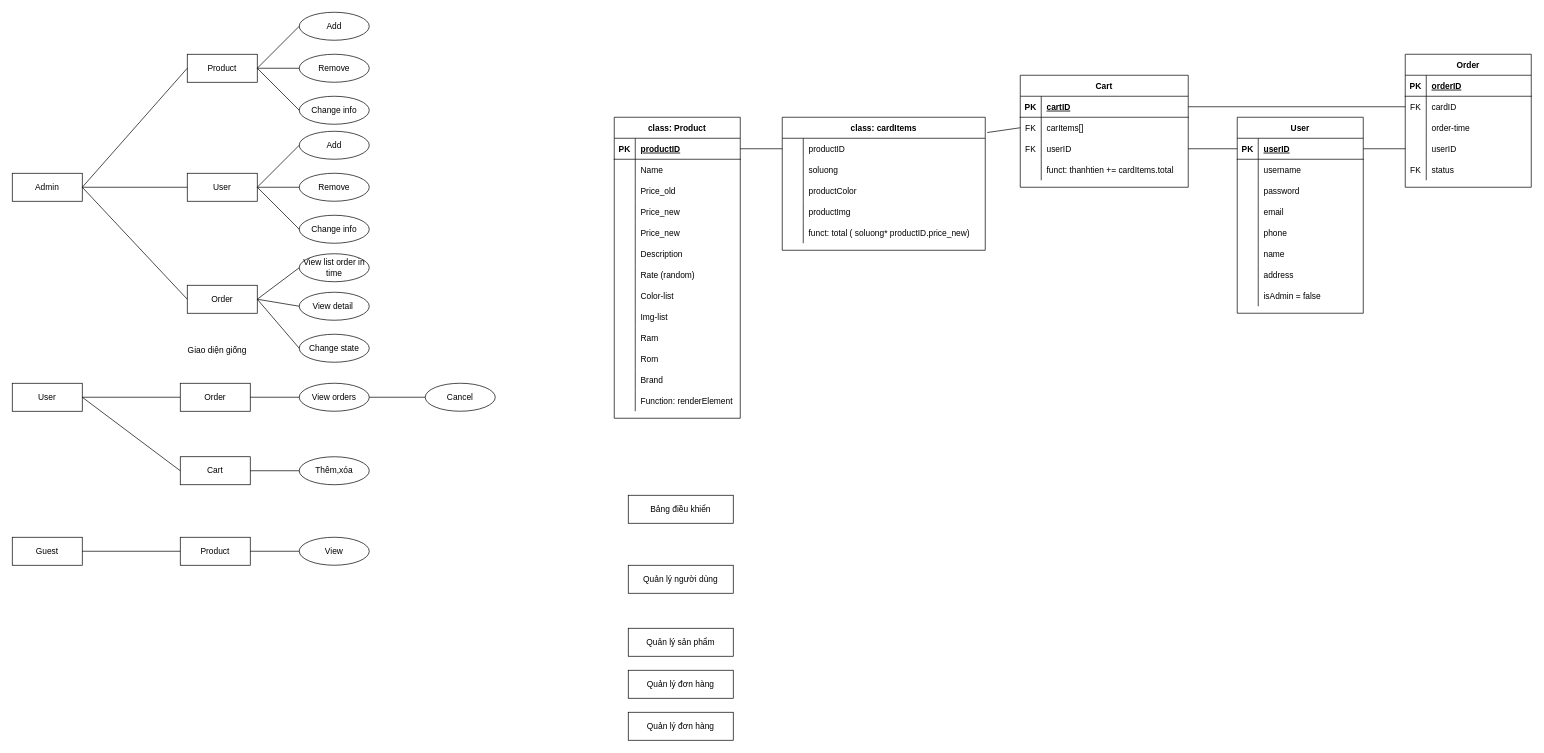
Above: CSDL_WEB.drawio in huykhaduy/huykhaduy (draw.io), before the change. Source tidied: cells renumbered, new cells numbered last; positions are measured from the earlier drawing's top-left corner, leaving out a move shared by most shapes. Both pictures are drawn from the tidied source at 70%, with x=0, y=0 at pixel (12, 12).
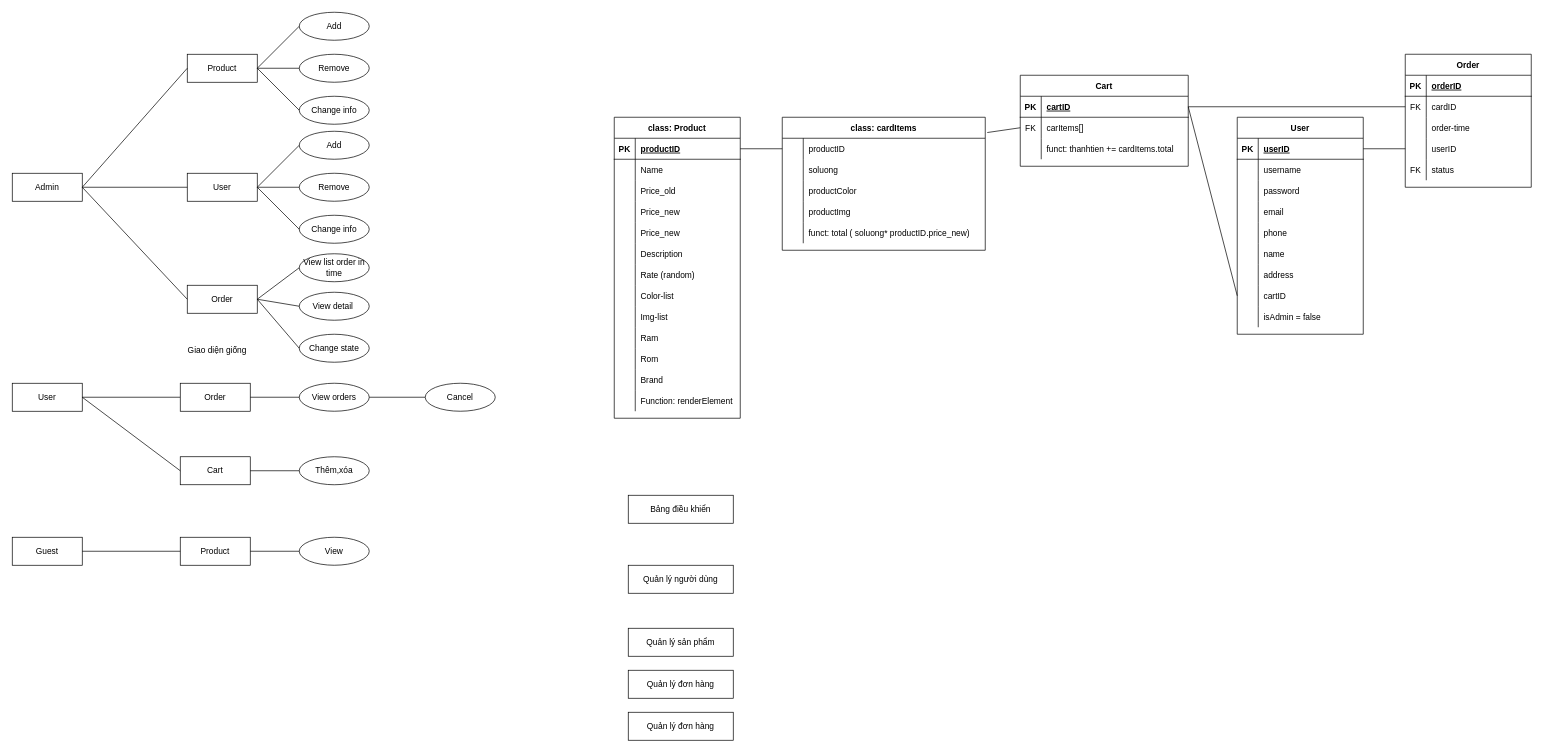
The same diagram, later.

The change refers to these unchanged cells:
```xml
<mxCell id="43" style="shape=partialRectangle;fillColor=none;top=0;left=0;bottom=1;right=0;points=[[0,0.5],[1,0.5]];portConstraint=eastwest;" parent="42" vertex="1">
  <mxGeometry y="30" width="240" height="30" as="geometry" />
</mxCell>
<mxCell id="56" style="shape=partialRectangle;fillColor=none;top=0;left=0;bottom=1;right=0;points=[[0,0.5],[1,0.5]];portConstraint=eastwest;" parent="55" vertex="1">
  <mxGeometry y="30" width="180" height="30" as="geometry" />
</mxCell>
<mxCell id="77" style="shape=partialRectangle;fillColor=none;top=0;left=0;bottom=0;right=0;points=[[0,0.5],[1,0.5]];portConstraint=eastwest;" parent="55" vertex="1">
  <mxGeometry y="240" width="180" height="30" as="geometry" />
</mxCell>
```

The edit, as a diff of the source:
```diff
@@
     <mxCell id="42" value="Cart" style="shape=table;startSize=30;childLayout=tableLayout;rowLines=0;fontStyle=1;align=center;" parent="1" vertex="1">
-      <mxGeometry x="1440" y="90" width="240" height="160" as="geometry" />
+      <mxGeometry x="1440" y="90" width="240" height="130" as="geometry" />
     </mxCell>
@@
-    <mxCell id="49" style="shape=partialRectangle;fillColor=none;top=0;left=0;bottom=0;right=0;points=[[0,0.5],[1,0.5]];portConstraint=eastwest;" parent="42" vertex="1">
-      <mxGeometry y="90" width="240" height="30" as="geometry" />
-    </mxCell>
-    <mxCell id="50" value="FK" style="shape=partialRectangle;fillColor=none;top=0;left=0;bottom=0;right=0;overflow=hidden;" parent="49" vertex="1">
-      <mxGeometry width="30" height="30" as="geometry" />
-    </mxCell>
-    <mxCell id="51" value="userID" style="shape=partialRectangle;fillColor=none;top=0;left=0;bottom=0;right=0;align=left;spacingLeft=6;overflow=hidden;" parent="49" vertex="1">
-      <mxGeometry x="30" width="210" height="30" as="geometry" />
-    </mxCell>
     <mxCell id="52" style="shape=partialRectangle;fillColor=none;top=0;left=0;bottom=0;right=0;" parent="42" vertex="1">
-      <mxGeometry y="120" width="240" height="30" as="geometry" />
+      <mxGeometry y="90" width="240" height="30" as="geometry" />
     </mxCell>
@@
     <mxCell id="55" value="User" style="shape=table;startSize=30;childLayout=tableLayout;rowLines=0;fontStyle=1;align=center;" parent="1" vertex="1">
-      <mxGeometry x="1750" y="150" width="180" height="280" as="geometry" />
+      <mxGeometry x="1750" y="150" width="180" height="310" as="geometry" />
     </mxCell>
@@
-    <mxCell id="79" value="isAdmin = false" style="shape=partialRectangle;fillColor=none;top=0;left=0;bottom=0;right=0;align=left;spacingLeft=6;overflow=hidden;" parent="77" vertex="1">
+    <mxCell id="79" value="cartID" style="shape=partialRectangle;fillColor=none;top=0;left=0;bottom=0;right=0;align=left;spacingLeft=6;overflow=hidden;" parent="77" vertex="1">
       <mxGeometry x="30" width="150" height="30" as="geometry" />
     </mxCell>
+    <mxCell id="166" style="shape=partialRectangle;fillColor=none;top=0;left=0;bottom=0;right=0;" parent="55" vertex="1">
+      <mxGeometry y="270" width="180" height="30" as="geometry" />
+    </mxCell>
+    <mxCell id="167" style="shape=partialRectangle;fillColor=none;top=0;left=0;bottom=0;right=0;overflow=hidden;" parent="166" vertex="1">
+      <mxGeometry width="30" height="30" as="geometry" />
+    </mxCell>
+    <mxCell id="168" value="isAdmin = false" style="shape=partialRectangle;fillColor=none;top=0;left=0;bottom=0;right=0;align=left;spacingLeft=6;overflow=hidden;" parent="166" vertex="1">
+      <mxGeometry x="30" width="150" height="30" as="geometry" />
+    </mxCell>
-    <mxCell id="80" style="endArrow=none;html=1;rounded=0;entryX=0;entryY=0.5;entryDx=0;entryDy=0;exitX=1;exitY=0.5;exitDx=0;exitDy=0;exitPerimeter=0;" parent="1" edge="1" source="49" target="56">
+    <mxCell id="80" style="endArrow=none;html=1;rounded=0;entryX=0;entryY=0.5;entryDx=0;entryDy=0;exitX=1;exitY=0.5;exitDx=0;exitDy=0;" parent="1" edge="1" source="43" target="77">
       <mxGeometry relative="1" as="geometry" />
     </mxCell>
```
